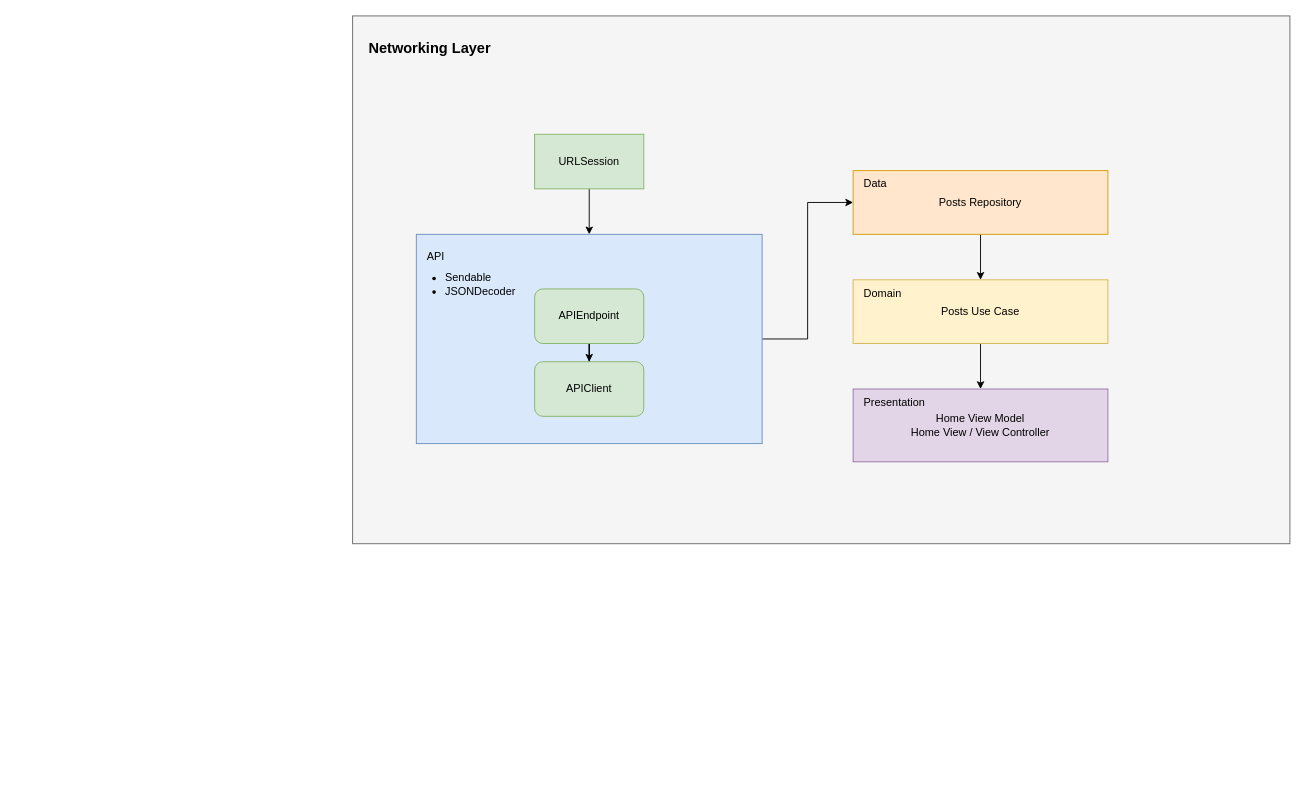
Earlier version of the draw.io diagram NetworkingLayerSwift6.drawio (egzonpllana/NetworkLayerSwift6). Source tidied: cells renumbered, new cells numbered last; positions are measured from the earlier drawing's top-left corner, leaving out a move shared by most shapes. Both pictures are drawn from the tidied source at 91%, with x=0, y=0 at pixel (352, 15).
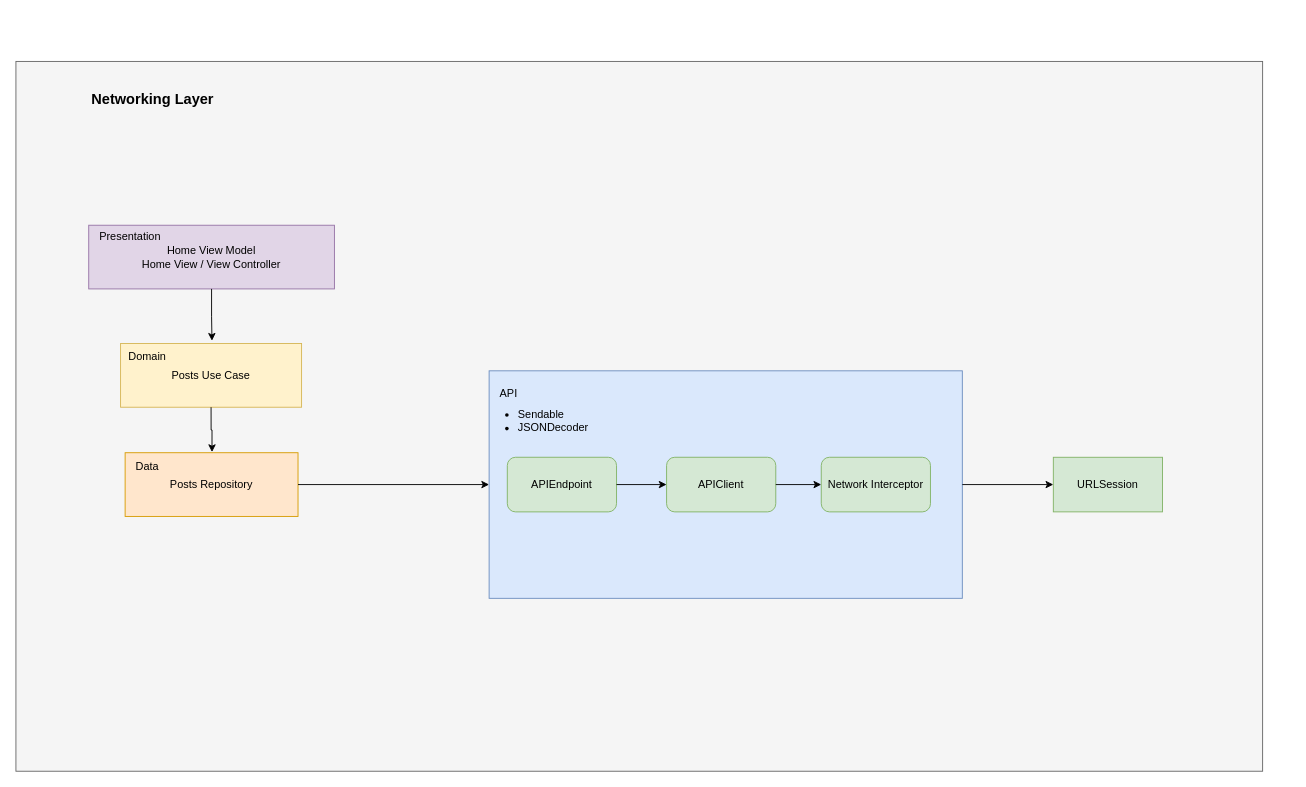
After the change.

What changed in the source:
```diff
@@
+    <mxCell id="21" style="group;" parent="1" vertex="1">
+      <mxGeometry x="-370" y="50" width="1370" height="780" as="geometry" />
+    </mxCell>
-    <mxCell id="2" style="rounded=0;whiteSpace=wrap;html=1;fillColor=#f5f5f5;strokeColor=#666666;fontColor=#333333;labelBorderColor=#5C5C5C;" parent="1" vertex="1">
-      <mxGeometry width="1030" height="580" as="geometry" />
+    <mxCell id="2" style="rounded=0;whiteSpace=wrap;html=1;fillColor=#f5f5f5;strokeColor=#666666;fontColor=#333333;labelBorderColor=#5C5C5C;" parent="21" vertex="1">
+      <mxGeometry width="1370" height="780" as="geometry" />
     </mxCell>
-    <mxCell id="3" style="edgeStyle=orthogonalEdgeStyle;rounded=0;jettySize=auto;html=1;" parent="1" edge="1" source="4" target="12">
-      <mxGeometry relative="1" as="geometry" />
-    </mxCell>
+    <mxCell id="10" value="Networking Layer" style="text;html=1;align=center;verticalAlign=middle;whiteSpace=wrap;rounded=0;fontStyle=1;fontSize=16;" parent="21" vertex="1">
+      <mxGeometry x="40" y="27.5" width="220.8" height="27.5" as="geometry" />
+    </mxCell>
+    <mxCell id="22" style="group;" parent="21" vertex="1">
+      <mxGeometry x="120" y="430" width="380" height="70" as="geometry" />
+    </mxCell>
-    <mxCell id="4" value="Posts Repository" style="rounded=0;whiteSpace=wrap;html=1;fillColor=#ffe6cc;strokeColor=#d79b00;" parent="1" vertex="1">
-      <mxGeometry x="550" y="170" width="280" height="70" as="geometry" />
+    <mxCell id="4" value="Posts Repository" style="rounded=0;whiteSpace=wrap;html=1;fillColor=#ffe6cc;strokeColor=#d79b00;" parent="22" vertex="1">
+      <mxGeometry width="190" height="70" as="geometry" />
     </mxCell>
-    <mxCell id="5" style="edgeStyle=orthogonalEdgeStyle;rounded=0;jettySize=auto;html=1;" parent="1" edge="1" source="6" target="4">
-      <mxGeometry relative="1" as="geometry" />
-    </mxCell>
+    <mxCell id="15" value="Data" style="text;html=1;align=left;verticalAlign=middle;whiteSpace=wrap;rounded=0;" parent="22" vertex="1">
+      <mxGeometry x="10" width="370" height="30" as="geometry" />
+    </mxCell>
+    <mxCell id="23" style="group;" parent="21" vertex="1">
+      <mxGeometry x="115" y="310" width="270" height="70" as="geometry" />
+    </mxCell>
+    <mxCell id="12" value="Posts Use Case" style="rounded=0;whiteSpace=wrap;html=1;fillColor=#fff2cc;strokeColor=#d6b656;" parent="23" vertex="1">
+      <mxGeometry width="198.9" height="70" as="geometry" />
+    </mxCell>
+    <mxCell id="16" value="Domain" style="text;html=1;align=left;verticalAlign=middle;whiteSpace=wrap;rounded=0;" parent="23" vertex="1">
+      <mxGeometry x="7.1" width="262.9" height="30" as="geometry" />
+    </mxCell>
+    <mxCell id="24" style="group;" parent="21" vertex="1">
+      <mxGeometry x="80" y="180" width="380" height="70" as="geometry" />
+    </mxCell>
+    <mxCell id="13" value="Home View Model&lt;br&gt;Home View / View Controller" style="rounded=0;whiteSpace=wrap;html=1;fillColor=#e1d5e7;strokeColor=#9673a6;" parent="24" vertex="1">
+      <mxGeometry width="270" height="70" as="geometry" />
+    </mxCell>
+    <mxCell id="17" value="Presentation" style="text;html=1;align=left;verticalAlign=middle;whiteSpace=wrap;rounded=0;" parent="24" vertex="1">
+      <mxGeometry x="10" width="370" height="26.2" as="geometry" />
+    </mxCell>
+    <mxCell id="25" style="edgeStyle=orthogonalEdgeStyle;rounded=0;jettySize=auto;html=1;exitX=0.5;exitY=1;exitDx=0;exitDy=0;entryX=0.355;entryY=-0.102;entryDx=0;entryDy=0;entryPerimeter=0;" parent="21" edge="1" source="13" target="16">
+      <mxGeometry relative="1" as="geometry" />
+    </mxCell>
+    <mxCell id="26" style="edgeStyle=orthogonalEdgeStyle;rounded=0;jettySize=auto;html=1;exitX=0.5;exitY=1;exitDx=0;exitDy=0;entryX=0.231;entryY=-0.024;entryDx=0;entryDy=0;entryPerimeter=0;" parent="21" edge="1" source="12" target="15">
+      <mxGeometry relative="1" as="geometry" />
+    </mxCell>
+    <mxCell id="27" style="group;" parent="21" vertex="1">
+      <mxGeometry x="510" y="340" width="530" height="250" as="geometry" />
+    </mxCell>
-    <mxCell id="6" style="rounded=0;whiteSpace=wrap;html=1;fillColor=#dae8fc;strokeColor=#6c8ebf;" parent="1" vertex="1">
-      <mxGeometry x="70" y="240" width="380" height="230" as="geometry" />
+    <mxCell id="6" style="rounded=0;whiteSpace=wrap;html=1;fillColor=#dae8fc;strokeColor=#6c8ebf;" parent="27" vertex="1">
+      <mxGeometry x="10" width="520" height="250" as="geometry" />
     </mxCell>
-    <mxCell id="7" style="edgeStyle=orthogonalEdgeStyle;rounded=0;jettySize=auto;html=1;" parent="1" edge="1" source="8" target="9">
-      <mxGeometry relative="1" as="geometry" />
-    </mxCell>
-    <mxCell id="8" value="APIEndpoint" style="rounded=1;whiteSpace=wrap;html=1;fillColor=#d5e8d4;strokeColor=#82b366;" parent="1" vertex="1">
-      <mxGeometry x="200" y="300" width="120" height="60" as="geometry" />
+    <mxCell id="8" value="APIEndpoint" style="rounded=1;whiteSpace=wrap;html=1;fillColor=#d5e8d4;strokeColor=#82b366;" parent="27" vertex="1">
+      <mxGeometry x="30" y="95" width="120" height="60" as="geometry" />
     </mxCell>
-    <mxCell id="9" value="APIClient" style="rounded=1;whiteSpace=wrap;html=1;fillColor=#d5e8d4;strokeColor=#82b366;" parent="1" vertex="1">
-      <mxGeometry x="200" y="380" width="120" height="60" as="geometry" />
+    <mxCell id="9" value="APIClient" style="rounded=1;whiteSpace=wrap;html=1;fillColor=#d5e8d4;strokeColor=#82b366;" parent="27" vertex="1">
+      <mxGeometry x="205" y="95" width="120" height="60" as="geometry" />
     </mxCell>
-    <mxCell id="10" value="Networking Layer" style="text;html=1;align=center;verticalAlign=middle;whiteSpace=wrap;rounded=0;fontStyle=1;fontSize=16;" parent="1" vertex="1">
-      <mxGeometry x="15" y="20" width="140" height="30" as="geometry" />
-    </mxCell>
-    <mxCell id="11" style="edgeStyle=orthogonalEdgeStyle;rounded=0;jettySize=auto;html=1;" parent="1" edge="1" source="12" target="13">
-      <mxGeometry relative="1" as="geometry" />
-    </mxCell>
-    <mxCell id="12" value="Posts Use Case" style="rounded=0;whiteSpace=wrap;html=1;fillColor=#fff2cc;strokeColor=#d6b656;" parent="1" vertex="1">
-      <mxGeometry x="550" y="290" width="280" height="70" as="geometry" />
-    </mxCell>
-    <mxCell id="13" value="Home View Model&lt;br&gt;Home View / View Controller" style="rounded=0;whiteSpace=wrap;html=1;fillColor=#e1d5e7;strokeColor=#9673a6;" parent="1" vertex="1">
-      <mxGeometry x="550" y="410" width="280" height="80" as="geometry" />
-    </mxCell>
-    <mxCell id="14" value="&lt;div&gt;API&lt;/div&gt;" style="text;html=1;align=left;verticalAlign=middle;whiteSpace=wrap;rounded=0;" parent="1" vertex="1">
-      <mxGeometry x="80" y="250" width="360" height="30" as="geometry" />
+    <mxCell id="14" value="&lt;div&gt;API&lt;/div&gt;" style="text;html=1;align=left;verticalAlign=middle;whiteSpace=wrap;rounded=0;" parent="27" vertex="1">
+      <mxGeometry x="20" y="10" width="360" height="30" as="geometry" />
     </mxCell>
-    <mxCell id="15" value="Data" style="text;html=1;align=left;verticalAlign=middle;whiteSpace=wrap;rounded=0;" parent="1" vertex="1">
-      <mxGeometry x="560" y="170" width="370" height="30" as="geometry" />
-    </mxCell>
-    <mxCell id="16" value="Domain" style="text;html=1;align=left;verticalAlign=middle;whiteSpace=wrap;rounded=0;" parent="1" vertex="1">
-      <mxGeometry x="560" y="290" width="370" height="30" as="geometry" />
-    </mxCell>
-    <mxCell id="17" value="Presentation" style="text;html=1;align=left;verticalAlign=middle;whiteSpace=wrap;rounded=0;" parent="1" vertex="1">
-      <mxGeometry x="560" y="410" width="370" height="30" as="geometry" />
-    </mxCell>
-    <mxCell id="18" style="edgeStyle=orthogonalEdgeStyle;rounded=0;jettySize=auto;html=1;entryX=0.5;entryY=0;entryDx=0;entryDy=0;" parent="1" edge="1" source="19" target="6">
-      <mxGeometry relative="1" as="geometry" />
-    </mxCell>
+    <mxCell id="20" value="&lt;ul style=&quot;&quot;&gt;&lt;li&gt;Sendable&lt;br&gt;&lt;/li&gt;&lt;li style=&quot;&quot;&gt;&lt;span style=&quot;&quot;&gt;JSONDecoder&lt;/span&gt;&lt;/li&gt;&lt;/ul&gt;" style="text;html=1;align=left;verticalAlign=middle;whiteSpace=wrap;rounded=0;" parent="27" vertex="1">
+      <mxGeometry y="40" width="210" height="30" as="geometry" />
+    </mxCell>
+    <mxCell id="28" value="Network Interceptor" style="rounded=1;whiteSpace=wrap;html=1;fillColor=#d5e8d4;strokeColor=#82b366;" parent="27" vertex="1">
+      <mxGeometry x="375" y="95" width="120" height="60" as="geometry" />
+    </mxCell>
+    <mxCell id="7" style="edgeStyle=orthogonalEdgeStyle;rounded=0;jettySize=auto;html=1;" parent="27" edge="1" source="8" target="9">
+      <mxGeometry relative="1" as="geometry" />
+    </mxCell>
+    <mxCell id="29" style="edgeStyle=orthogonalEdgeStyle;rounded=0;jettySize=auto;html=1;" parent="27" edge="1" source="9" target="28">
+      <mxGeometry relative="1" as="geometry" />
+    </mxCell>
+    <mxCell id="30" style="edgeStyle=orthogonalEdgeStyle;rounded=0;jettySize=auto;html=1;exitX=1;exitY=0.5;exitDx=0;exitDy=0;entryX=0;entryY=0.5;entryDx=0;entryDy=0;" parent="21" edge="1" source="4" target="6">
+      <mxGeometry relative="1" as="geometry" />
+    </mxCell>
-    <mxCell id="19" value="URLSession" style="rounded=0;whiteSpace=wrap;html=1;fillColor=#d5e8d4;strokeColor=#82b366;" parent="1" vertex="1">
-      <mxGeometry x="200" y="130" width="120" height="60" as="geometry" />
+    <mxCell id="19" value="URLSession" style="rounded=0;whiteSpace=wrap;html=1;fillColor=#d5e8d4;strokeColor=#82b366;" parent="21" vertex="1">
+      <mxGeometry x="1140" y="435" width="120" height="60" as="geometry" />
     </mxCell>
-    <mxCell id="20" value="&lt;ul style=&quot;&quot;&gt;&lt;li&gt;Sendable&lt;br&gt;&lt;/li&gt;&lt;li style=&quot;&quot;&gt;&lt;span style=&quot;&quot;&gt;JSONDecoder&lt;/span&gt;&lt;/li&gt;&lt;/ul&gt;" style="text;html=1;align=left;verticalAlign=middle;whiteSpace=wrap;rounded=0;" parent="1" vertex="1">
-      <mxGeometry x="60" y="280" width="210" height="30" as="geometry" />
-    </mxCell>
+    <mxCell id="31" style="edgeStyle=orthogonalEdgeStyle;rounded=0;jettySize=auto;html=1;exitX=1;exitY=0.5;exitDx=0;exitDy=0;entryX=0;entryY=0.5;entryDx=0;entryDy=0;" parent="21" edge="1" source="6" target="19">
+      <mxGeometry relative="1" as="geometry" />
+    </mxCell>
```
